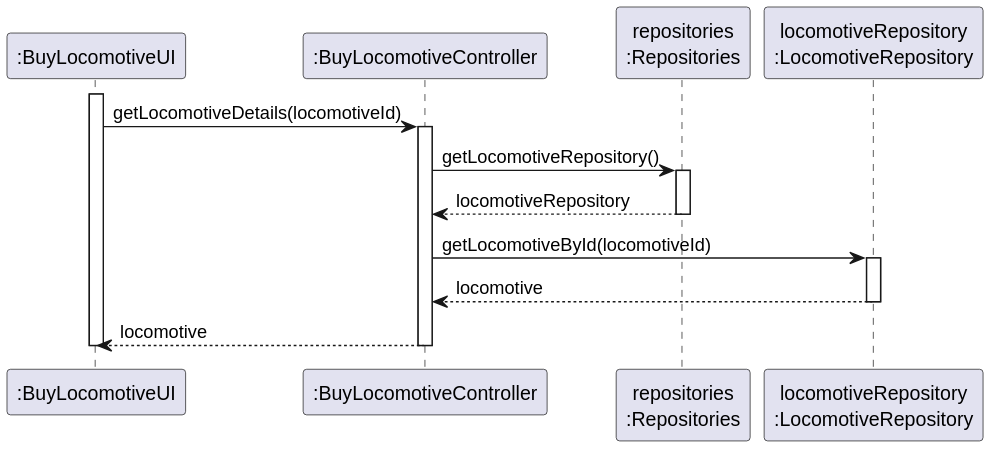
Earlier version of the PlantUML export docs/system-documentation/Sprint 2/US09/03.design/svg/US09-SD-partial-get-locomotive-details.svg (HenriqueSilva18/Railway-Network-Simulator).
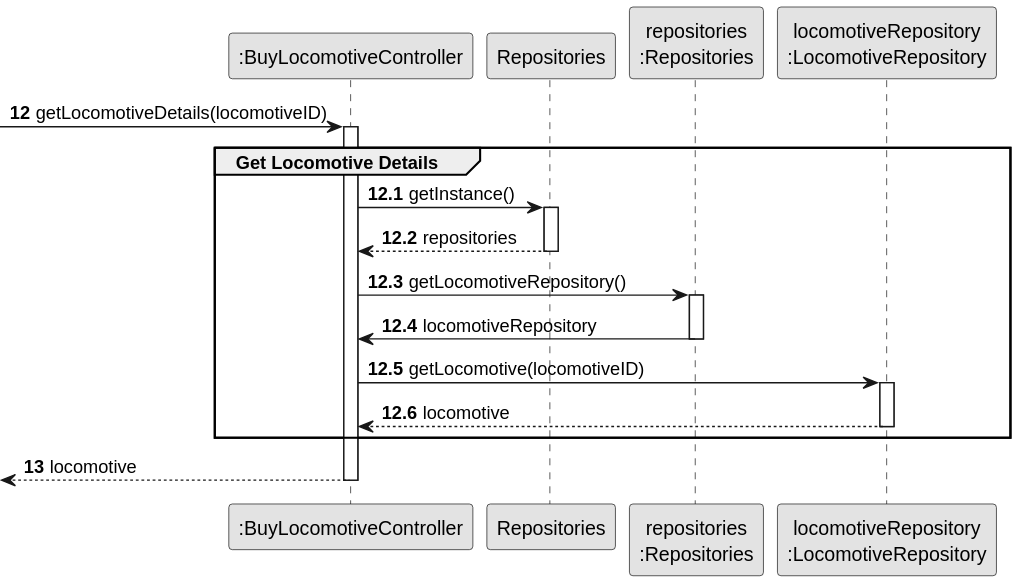
Later version of the same file.

Diff of the diagram source:
```diff
@@ -1,27 +1,39 @@
 @startuml
+skinparam monochrome true
 skinparam packageStyle rectangle
 skinparam shadowing false
 
-participant ":BuyLocomotiveUI" as UI
 participant ":BuyLocomotiveController" as CTRL
+participant "Repositories" as REPOS
 participant "repositories\n:Repositories" as REPOS_SINGLETON
 participant "locomotiveRepository\n:LocomotiveRepository" as LOC_REPO
 
-activate UI
-    UI -> CTRL : getLocomotiveDetails(locomotiveId)
-    activate CTRL
+autonumber 12
+-> CTRL : getLocomotiveDetails(locomotiveID)
+
+autonumber 12.1
+
+activate CTRL
+    group Get Locomotive Details
+        CTRL -> REPOS : getInstance()
+        activate REPOS
+            REPOS --> CTRL: repositories
+        deactivate REPOS
 
         CTRL -> REPOS_SINGLETON : getLocomotiveRepository()
         activate REPOS_SINGLETON
-            REPOS_SINGLETON --> CTRL : locomotiveRepository
+            REPOS_SINGLETON -> CTRL : locomotiveRepository
         deactivate REPOS_SINGLETON
 
-        CTRL -> LOC_REPO : getLocomotiveById(locomotiveId)
+        CTRL -> LOC_REPO : getLocomotive(locomotiveID)
         activate LOC_REPO
             LOC_REPO --> CTRL : locomotive
         deactivate LOC_REPO
 
-        CTRL --> UI : locomotive
-    deactivate CTRL
-deactivate UI
+    end group
+
+    autonumber 13
+    <-- CTRL : locomotive
+
+deactivate CTRL
 @enduml
```
